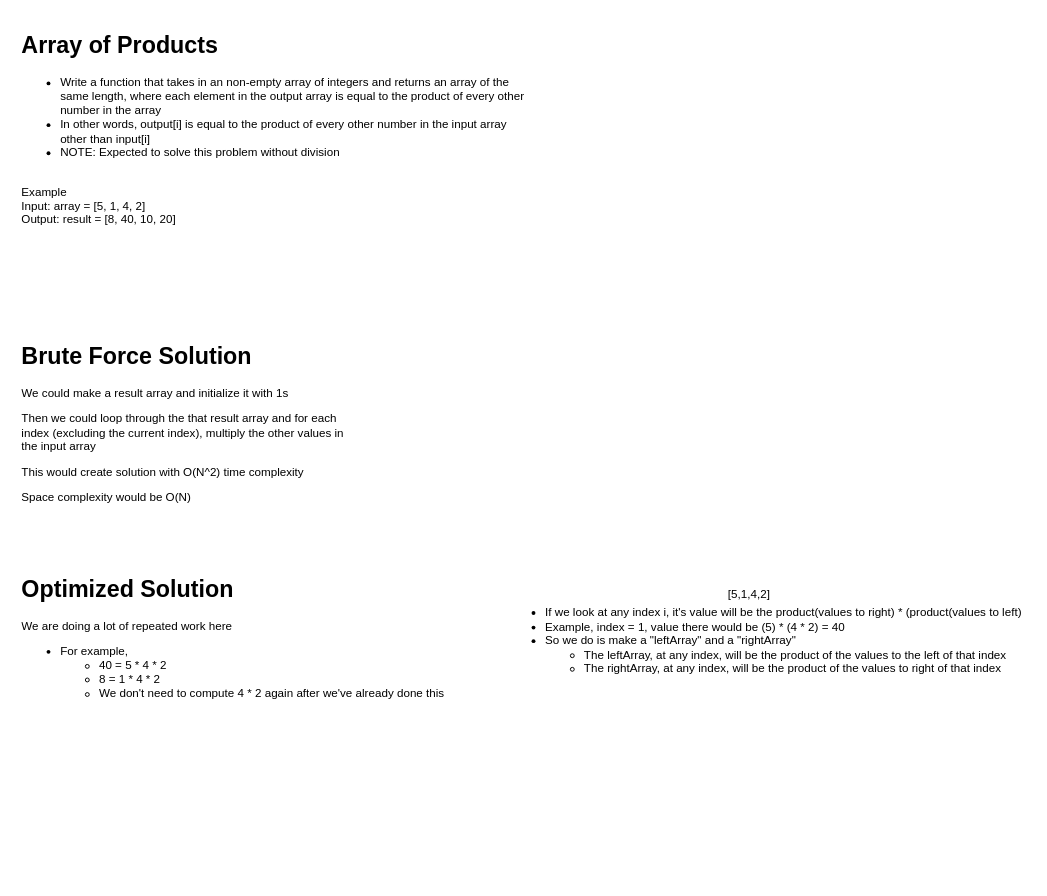
The draw.io diagram src/array-of-products.drawio in aj03794/leetcode-problems, before the edit. Source tidied: cells renumbered, new cells numbered last; positions are measured from the earlier drawing's top-left corner, leaving out a move shared by most shapes. Both pictures are drawn from the tidied source at 97%, with x=0, y=0 at pixel (16, 26).
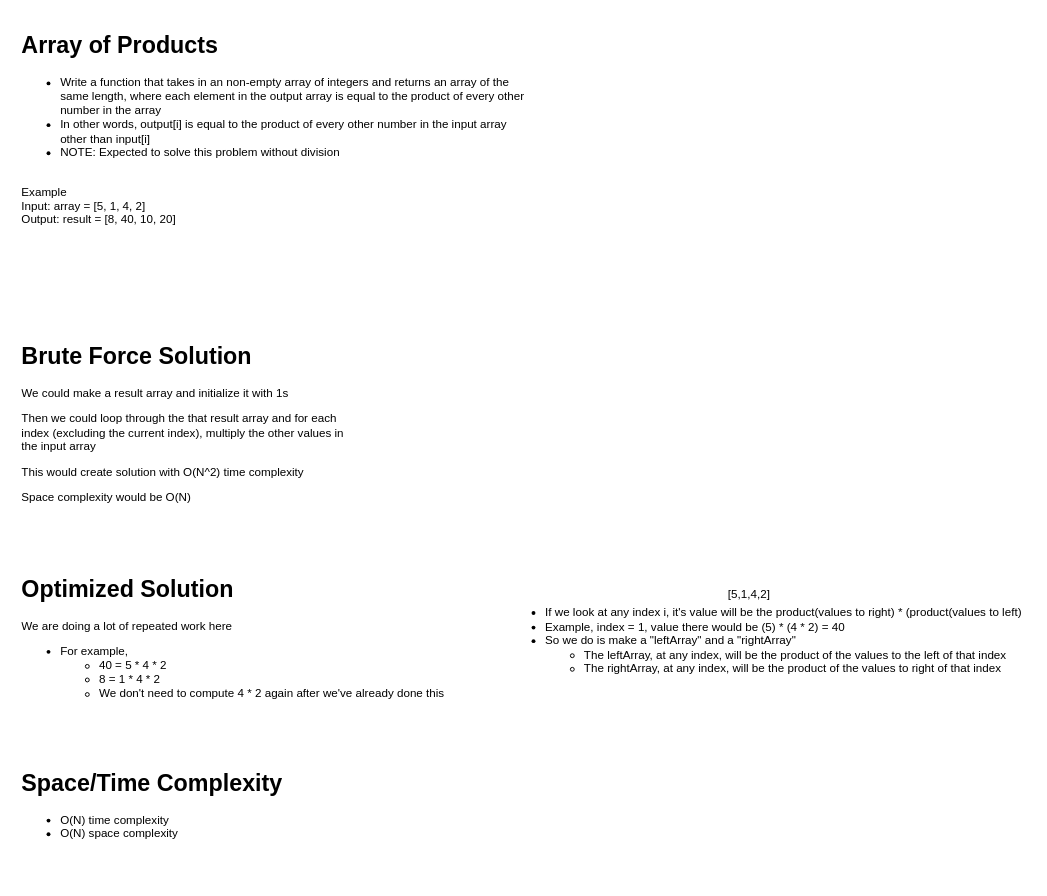
The same page after the edit.

Change to the diagram source:
```diff
@@
 <mxGraphModel>
   <root>
     <mxCell id="0" />
     <mxCell id="1" parent="0" />
     <mxCell id="2" value="&lt;h1&gt;Array of Products&lt;/h1&gt;&lt;p&gt;&lt;/p&gt;&lt;ul&gt;&lt;li&gt;Write a function that takes in an non-empty array of integers and returns an array of the same length, where each element in the output array is equal to the product of every other number in the array&lt;/li&gt;&lt;li&gt;In other words, output[i] is equal to the product of every other number in the input array other than input[i]&lt;/li&gt;&lt;li&gt;NOTE: Expected to solve this problem without division&lt;/li&gt;&lt;/ul&gt;&lt;div&gt;&lt;br&gt;&lt;/div&gt;&lt;div&gt;Example&lt;/div&gt;&lt;div&gt;Input: array = [5, 1, 4, 2]&lt;/div&gt;&lt;div&gt;Output: result = [8, 40, 10, 20]&lt;/div&gt;&lt;p&gt;&lt;/p&gt;" style="text;html=1;strokeColor=none;fillColor=none;spacing=5;spacingTop=-20;whiteSpace=wrap;overflow=hidden;rounded=0;" parent="1" vertex="1">
       <mxGeometry width="530" height="260" as="geometry" />
     </mxCell>
     <mxCell id="3" value="&lt;h1&gt;Brute Force Solution&lt;/h1&gt;&lt;p&gt;We could make a result array and initialize it with 1s&lt;/p&gt;&lt;p&gt;Then we could loop through the that result array and for each index (excluding the current index), multiply the other values in the input array&lt;/p&gt;&lt;p&gt;This would create solution with O(N^2) time complexity&lt;/p&gt;&lt;p&gt;Space complexity would be O(N)&lt;/p&gt;" style="text;html=1;strokeColor=none;fillColor=none;spacing=5;spacingTop=-20;whiteSpace=wrap;overflow=hidden;rounded=0;" parent="1" vertex="1">
       <mxGeometry y="320" width="350" height="200" as="geometry" />
     </mxCell>
     <mxCell id="4" value="&lt;h1&gt;Optimized Solution&lt;/h1&gt;&lt;p&gt;We are doing a lot of repeated work here&lt;/p&gt;&lt;p&gt;&lt;/p&gt;&lt;ul&gt;&lt;li&gt;For example,&amp;nbsp;&lt;/li&gt;&lt;ul&gt;&lt;li&gt;40 = 5 * 4 * 2&lt;/li&gt;&lt;li&gt;8 = 1 * 4 * 2&lt;/li&gt;&lt;li&gt;We don't need to compute 4 * 2 again after we've already done this&lt;/li&gt;&lt;/ul&gt;&lt;/ul&gt;&lt;p&gt;&lt;/p&gt;" style="text;html=1;strokeColor=none;fillColor=none;spacing=5;spacingTop=-20;whiteSpace=wrap;overflow=hidden;rounded=0;" parent="1" vertex="1">
       <mxGeometry y="560" width="450" height="230" as="geometry" />
     </mxCell>
     <mxCell id="5" value="[5,1,4,2]" style="text;html=1;strokeColor=none;fillColor=none;align=center;verticalAlign=middle;whiteSpace=wrap;rounded=0;" parent="1" vertex="1">
       <mxGeometry x="650" y="570" width="210" height="30" as="geometry" />
     </mxCell>
     <mxCell id="6" value="&lt;div style=&quot;text-align: left;&quot;&gt;&lt;ul&gt;&lt;li&gt;&lt;span style=&quot;background-color: initial;&quot;&gt;If we look at any index i, it's value will be the product(values to right) * (product(values to left)&lt;/span&gt;&lt;/li&gt;&lt;li&gt;Example, index = 1, value there would be (5) * (4 * 2) = 40&lt;/li&gt;&lt;li&gt;So we do is make a &quot;leftArray&quot; and a &quot;rightArray&quot;&lt;/li&gt;&lt;ul&gt;&lt;li&gt;The leftArray, at any index, will be the product of the values to the left of that index&lt;/li&gt;&lt;li&gt;The rightArray, at any index, will be the product of the values to right of that index&lt;/li&gt;&lt;/ul&gt;&lt;/ul&gt;&lt;/div&gt;&lt;div style=&quot;text-align: left;&quot;&gt;&lt;br&gt;&lt;/div&gt;" style="text;html=1;align=center;verticalAlign=middle;strokeColor=none;fillColor=none;" parent="1" vertex="1">
       <mxGeometry x="495" y="580" width="550" height="120" as="geometry" />
     </mxCell>
+    <mxCell id="7" value="&lt;h1&gt;Space/Time Complexity&lt;/h1&gt;&lt;p&gt;&lt;/p&gt;&lt;ul&gt;&lt;li&gt;O(N) time complexity&lt;/li&gt;&lt;li&gt;O(N) space complexity&lt;/li&gt;&lt;/ul&gt;&lt;p&gt;&lt;/p&gt;" style="text;html=1;strokeColor=none;fillColor=none;spacing=5;spacingTop=-20;whiteSpace=wrap;overflow=hidden;rounded=0;" parent="1" vertex="1">
+      <mxGeometry y="760" width="300" height="120" as="geometry" />
+    </mxCell>
   </root>
 </mxGraphModel>
```
